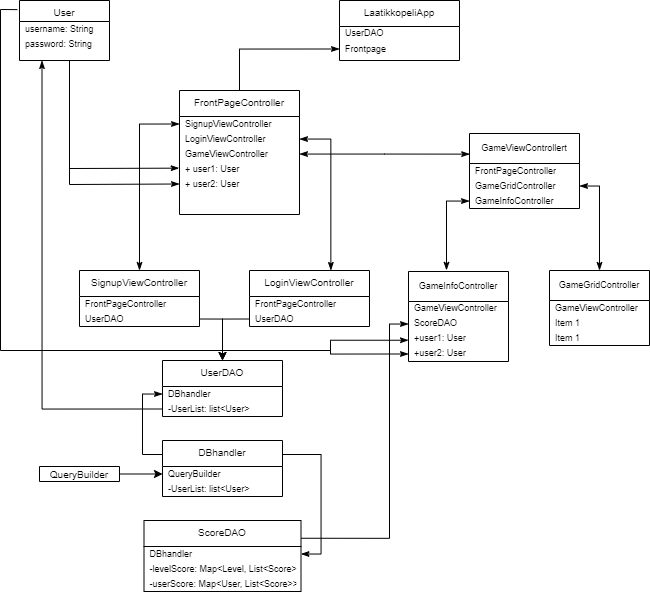
Above: Laatikkopeli/dokumentaatio/img/ClassDiagram.png in Vilppula/ot-harjoitustyo (draw.io), before the change. Source tidied: cells renumbered, new cells last; positions are measured from the earlier drawing's top-left corner, leaving out a move shared by most shapes.
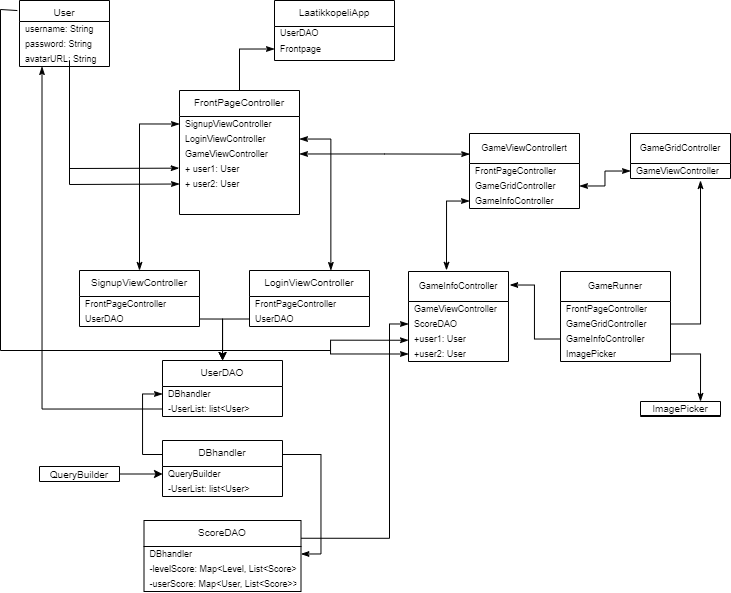
Above is the later version.

Change to the diagram source:
```diff
@@ -3,7 +3,7 @@
     <mxCell id="0" />
     <mxCell id="1" parent="0" />
     <mxCell id="2" value="User&#10;" style="swimlane;fontStyle=0;align=center;verticalAlign=top;horizontal=1;startSize=21;rounded=0;shadow=0;strokeWidth=1;fontSize=10;" parent="1" vertex="1">
-      <mxGeometry x="19" width="90" height="60" as="geometry" />
+      <mxGeometry x="19" width="90" height="66" as="geometry" />
     </mxCell>
     <mxCell id="3" value="username: String" style="text;align=left;verticalAlign=middle;spacingLeft=4;spacingRight=4;overflow=hidden;fontSize=9;" parent="2" vertex="1">
       <mxGeometry y="21" width="90" height="15" as="geometry" />
@@ -11,8 +11,11 @@
     <mxCell id="4" value="password: String" style="text;align=left;verticalAlign=middle;spacingLeft=4;spacingRight=4;overflow=hidden;fontSize=9;" parent="2" vertex="1">
       <mxGeometry y="36" width="90" height="15" as="geometry" />
     </mxCell>
+    <mxCell id="60" value="avatarURL: String" style="text;align=left;verticalAlign=middle;spacingLeft=4;spacingRight=4;overflow=hidden;fontSize=9;" parent="2" vertex="1">
+      <mxGeometry y="51" width="90" height="15" as="geometry" />
+    </mxCell>
     <mxCell id="5" value="LaatikkopeliApp&#10;" style="swimlane;fontStyle=0;align=center;verticalAlign=top;horizontal=1;startSize=26;rounded=0;shadow=0;strokeWidth=1;fontSize=10;" parent="1" vertex="1">
-      <mxGeometry x="339" width="120" height="60" as="geometry" />
+      <mxGeometry x="274" width="120" height="60" as="geometry" />
     </mxCell>
     <mxCell id="6" value="UserDAO&#10;" style="text;align=left;verticalAlign=middle;spacingLeft=4;spacingRight=4;overflow=hidden;fontSize=9;" parent="5" vertex="1">
       <mxGeometry y="26" width="120" height="15" as="geometry" />
@@ -146,23 +149,14 @@
       <mxGeometry y="75" width="100" height="15" as="geometry" />
     </mxCell>
     <mxCell id="46" value="GameGridController" style="swimlane;fontStyle=0;horizontal=1;startSize=30;whiteSpace=wrap;html=1;fontSize=9;" parent="1" vertex="1">
-      <mxGeometry x="549" y="270" width="100" height="75" as="geometry" />
+      <mxGeometry x="630" y="133" width="100" height="45" as="geometry" />
     </mxCell>
     <mxCell id="47" value="GameViewController" style="text;strokeColor=none;fillColor=none;align=left;verticalAlign=middle;spacingLeft=4;spacingRight=4;overflow=hidden;points=[[0,0.5],[1,0.5]];portConstraint=eastwest;whiteSpace=wrap;html=1;fontSize=9;" parent="46" vertex="1">
       <mxGeometry y="30" width="100" height="15" as="geometry" />
     </mxCell>
-    <mxCell id="48" value="Item 1" style="text;strokeColor=none;fillColor=none;align=left;verticalAlign=middle;spacingLeft=4;spacingRight=4;overflow=hidden;whiteSpace=wrap;html=1;fontSize=9;" parent="46" vertex="1">
-      <mxGeometry y="45" width="100" height="15" as="geometry" />
-    </mxCell>
-    <mxCell id="49" value="Item 1" style="text;strokeColor=none;fillColor=none;align=left;verticalAlign=middle;spacingLeft=4;spacingRight=4;overflow=hidden;whiteSpace=wrap;html=1;fontSize=9;" parent="46" vertex="1">
-      <mxGeometry y="60" width="100" height="15" as="geometry" />
-    </mxCell>
     <mxCell id="50" style="edgeStyle=orthogonalEdgeStyle;rounded=0;jettySize=auto;html=1;entryX=0.38;entryY=-0.013;entryDx=0;entryDy=0;entryPerimeter=0;fontSize=12;startArrow=classicThin;startFill=1;endArrow=classicThin;endFill=1;" parent="1" edge="1" source="25" target="40">
       <mxGeometry relative="1" as="geometry" />
     </mxCell>
-    <mxCell id="51" style="edgeStyle=orthogonalEdgeStyle;rounded=0;jettySize=auto;html=1;exitX=1;exitY=0.5;exitDx=0;exitDy=0;fontSize=12;startArrow=classicThin;startFill=1;endArrow=classicThin;endFill=1;" parent="1" edge="1" source="24" target="46">
-      <mxGeometry relative="1" as="geometry" />
-    </mxCell>
     <mxCell id="52" style="edgeStyle=orthogonalEdgeStyle;rounded=0;jettySize=auto;html=1;entryX=0.678;entryY=0;entryDx=0;entryDy=0;entryPerimeter=0;fontSize=9;startArrow=classicThin;startFill=1;endArrow=classicThin;endFill=1;" parent="1" edge="1" source="13" target="26">
       <mxGeometry relative="1" as="geometry" />
     </mxCell>
@@ -198,5 +192,37 @@
         </Array>
       </mxGeometry>
     </mxCell>
+    <mxCell id="61" value="GameRunner" style="swimlane;fontStyle=0;horizontal=1;startSize=30;whiteSpace=wrap;html=1;fontSize=9;" parent="1" vertex="1">
+      <mxGeometry x="560" y="271" width="110" height="90" as="geometry" />
+    </mxCell>
+    <mxCell id="62" value="FrontPageController" style="text;strokeColor=none;fillColor=none;align=left;verticalAlign=middle;spacingLeft=4;spacingRight=4;overflow=hidden;whiteSpace=wrap;html=1;fontSize=9;" parent="61" vertex="1">
+      <mxGeometry y="30" width="110" height="15" as="geometry" />
+    </mxCell>
+    <mxCell id="63" value="GameGridController" style="text;strokeColor=none;fillColor=none;align=left;verticalAlign=middle;spacingLeft=4;spacingRight=4;overflow=hidden;points=[[0,0.5],[1,0.5]];portConstraint=eastwest;whiteSpace=wrap;html=1;fontSize=9;" parent="61" vertex="1">
+      <mxGeometry y="45" width="110" height="15" as="geometry" />
+    </mxCell>
+    <mxCell id="64" value="GameInfoController" style="text;strokeColor=none;fillColor=none;align=left;verticalAlign=middle;spacingLeft=4;spacingRight=4;overflow=hidden;points=[[0,0.5],[1,0.5]];portConstraint=eastwest;whiteSpace=wrap;html=1;fontSize=9;" parent="61" vertex="1">
+      <mxGeometry y="60" width="110" height="15" as="geometry" />
+    </mxCell>
+    <mxCell id="65" value="ImagePicker" style="text;strokeColor=none;fillColor=none;align=left;verticalAlign=middle;spacingLeft=4;spacingRight=4;overflow=hidden;points=[[0,0.5],[1,0.5]];portConstraint=eastwest;whiteSpace=wrap;html=1;fontSize=9;" parent="61" vertex="1">
+      <mxGeometry y="75" width="110" height="15" as="geometry" />
+    </mxCell>
+    <mxCell id="66" style="edgeStyle=orthogonalEdgeStyle;rounded=0;jettySize=auto;html=1;exitX=0;exitY=0.5;exitDx=0;exitDy=0;entryX=1;entryY=0.5;entryDx=0;entryDy=0;fontSize=9;startArrow=classicThin;startFill=1;endArrow=classicThin;endFill=1;" parent="1" edge="1" source="47" target="24">
+      <mxGeometry relative="1" as="geometry" />
+    </mxCell>
+    <mxCell id="67" style="edgeStyle=orthogonalEdgeStyle;rounded=0;jettySize=auto;html=1;exitX=1;exitY=0.5;exitDx=0;exitDy=0;fontSize=9;startArrow=none;startFill=0;endArrow=classicThin;endFill=1;" parent="1" edge="1" source="63">
+      <mxGeometry relative="1" as="geometry">
+        <mxPoint x="700" y="180" as="targetPoint" />
+      </mxGeometry>
+    </mxCell>
+    <mxCell id="68" style="edgeStyle=orthogonalEdgeStyle;rounded=0;jettySize=auto;html=1;exitX=0;exitY=0.5;exitDx=0;exitDy=0;entryX=1.013;entryY=0.15;entryDx=0;entryDy=0;entryPerimeter=0;fontSize=9;startArrow=none;startFill=0;endArrow=classicThin;endFill=1;" parent="1" edge="1" source="64" target="40">
+      <mxGeometry relative="1" as="geometry" />
+    </mxCell>
+    <mxCell id="69" value="&lt;font style=&quot;font-size: 10px;&quot;&gt;ImagePicker&lt;/font&gt;" style="swimlane;fontStyle=0;horizontal=1;startSize=14;whiteSpace=wrap;html=1;" parent="1" vertex="1">
+      <mxGeometry x="640" y="401" width="80" height="15" as="geometry" />
+    </mxCell>
+    <mxCell id="70" style="edgeStyle=orthogonalEdgeStyle;rounded=0;jettySize=auto;html=1;exitX=1;exitY=0.5;exitDx=0;exitDy=0;entryX=0.75;entryY=0;entryDx=0;entryDy=0;fontSize=9;startArrow=none;startFill=0;endArrow=classicThin;endFill=1;" parent="1" edge="1" source="65" target="69">
+      <mxGeometry relative="1" as="geometry" />
+    </mxCell>
   </root>
 </mxGraphModel>
```
